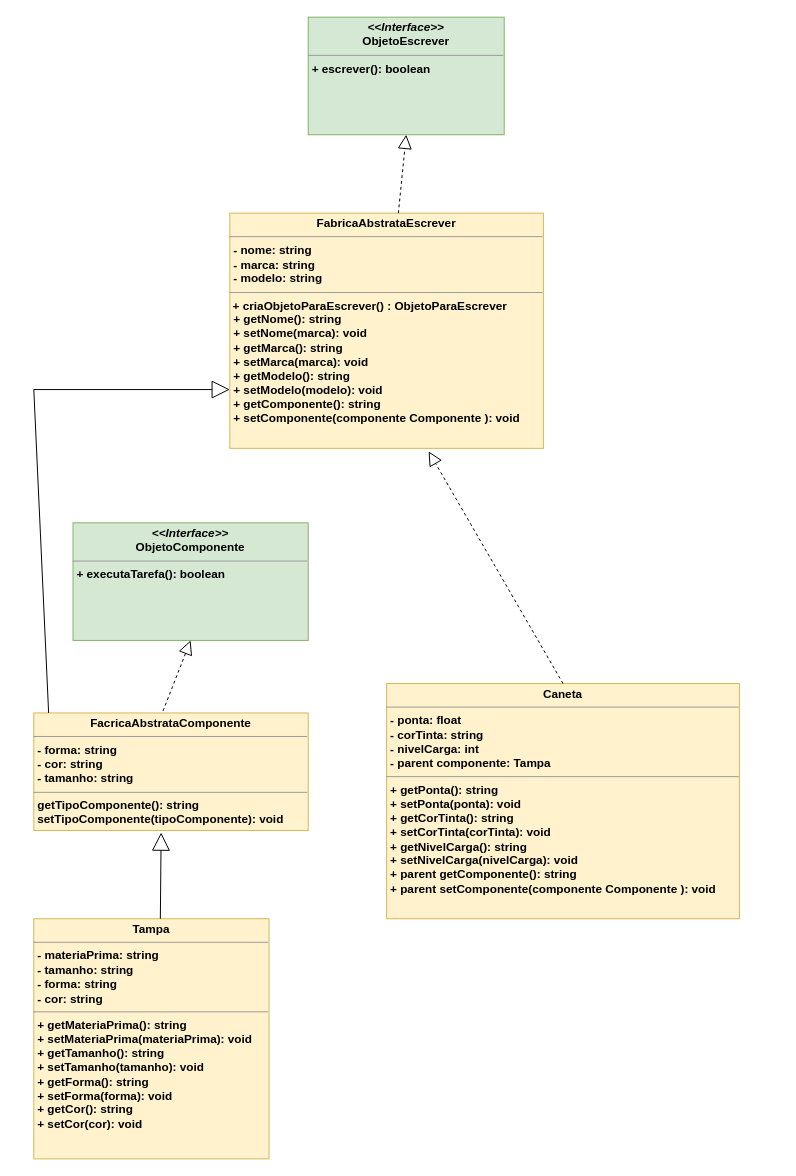
grimario-andre/Exercicios keeps this draw.io diagram as Caneta/uml-pen.drawio-3.drawio. Above is the earlier version. Source tidied: cells renumbered, new cells numbered last; positions are measured from the earlier drawing's top-left corner, leaving out a move shared by most shapes. Both pictures are drawn from the tidied source at 98%, with x=0, y=0 at pixel (33, 17).
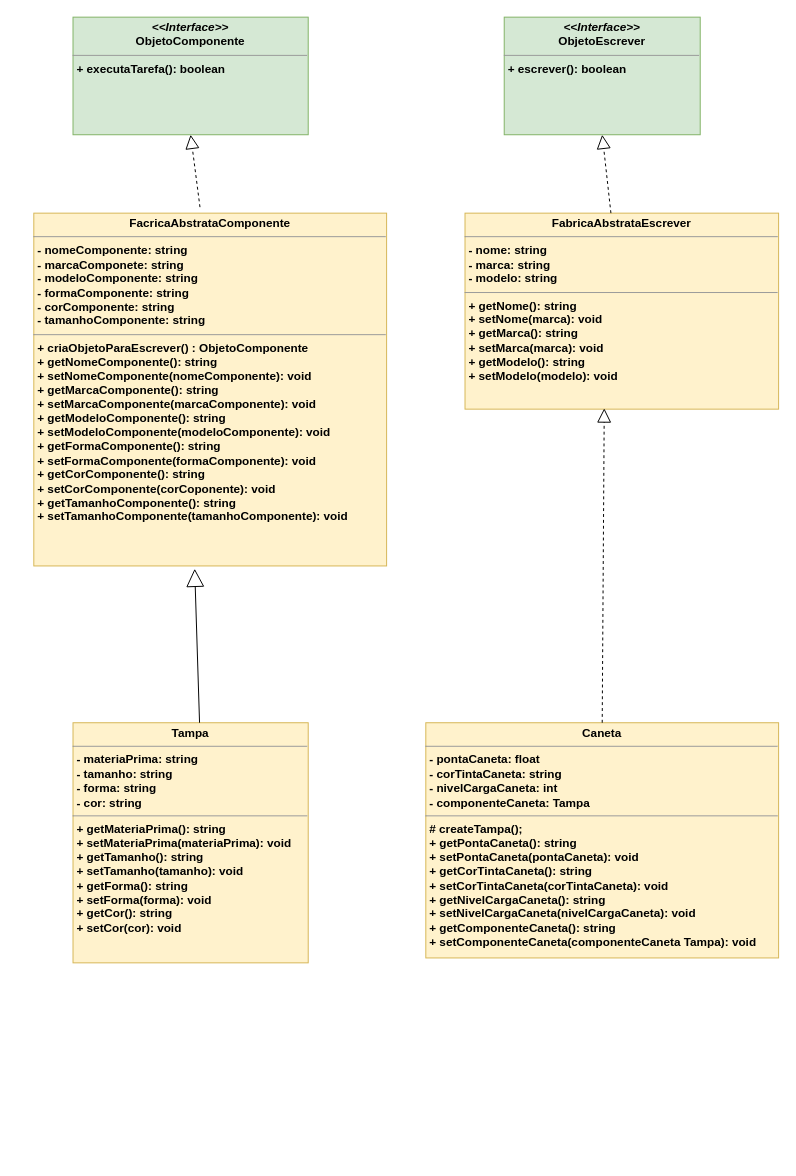
The same page after the edit.

Commit message:
uml-pen-dreawnio-3.0.1

The edit, as a diff of the source:
```diff
@@
 <mxGraphModel>
   <root>
     <mxCell id="0" />
     <mxCell id="1" parent="0" />
     <mxCell id="2" value="&lt;p style=&quot;margin:0px;margin-top:4px;text-align:center;&quot;&gt;&lt;b&gt;&lt;i&gt;&amp;lt;&amp;lt;Interface&amp;gt;&amp;gt;&lt;/i&gt;&lt;br&gt;ObjetoEscrever&lt;/b&gt;&lt;/p&gt;&lt;hr size=&quot;1&quot;&gt;&lt;p style=&quot;margin:0px;margin-left:4px;&quot;&gt;&lt;b&gt;+ escrever(): boolean&lt;br&gt;&lt;br&gt;&lt;/b&gt;&lt;/p&gt;" style="verticalAlign=top;align=left;overflow=fill;fontSize=12;fontFamily=Helvetica;html=1;whiteSpace=wrap;fillColor=#d5e8d4;strokeColor=#82b366;" parent="1" vertex="1">
-      <mxGeometry x="280" width="200" height="120" as="geometry" />
+      <mxGeometry x="480" width="200" height="120" as="geometry" />
     </mxCell>
-    <mxCell id="3" value="&lt;p style=&quot;margin:0px;margin-top:4px;text-align:center;&quot;&gt;&lt;b&gt;FabricaAbstrataEscrever&lt;/b&gt;&lt;/p&gt;&lt;hr size=&quot;1&quot;&gt;&lt;p style=&quot;border-color: var(--border-color); margin: 0px 0px 0px 4px;&quot;&gt;&lt;b style=&quot;background-color: initial;&quot;&gt;- nome: string&lt;/b&gt;&lt;/p&gt;&lt;p style=&quot;border-color: var(--border-color); margin: 0px 0px 0px 4px;&quot;&gt;&lt;b style=&quot;background-color: initial;&quot;&gt;- marca: string&lt;/b&gt;&lt;br&gt;&lt;/p&gt;&lt;p style=&quot;border-color: var(--border-color); margin: 0px 0px 0px 4px;&quot;&gt;&lt;b style=&quot;background-color: initial;&quot;&gt;- modelo: string&lt;/b&gt;&lt;/p&gt;&lt;hr size=&quot;1&quot;&gt;&amp;nbsp;&lt;b&gt;+ criaObjetoParaEscrever() : ObjetoParaEscrever&lt;/b&gt;&amp;nbsp;&lt;br&gt;&lt;p style=&quot;border-color: var(--border-color); margin: 0px 0px 0px 4px;&quot;&gt;&lt;b style=&quot;border-color: var(--border-color); background-color: initial;&quot;&gt;+ getNome(): string&lt;/b&gt;&lt;br style=&quot;border-color: var(--border-color);&quot;&gt;&lt;/p&gt;&lt;p style=&quot;border-color: var(--border-color); margin: 0px 0px 0px 4px;&quot;&gt;&lt;b style=&quot;border-color: var(--border-color);&quot;&gt;+ setNome(marca): void&lt;/b&gt;&lt;/p&gt;&lt;p style=&quot;margin:0px;margin-left:4px;&quot;&gt;&lt;b style=&quot;background-color: initial;&quot;&gt;+ getMarca(): string&lt;/b&gt;&lt;br&gt;&lt;/p&gt;&lt;p style=&quot;margin:0px;margin-left:4px;&quot;&gt;&lt;b&gt;+ setMarca(marca): void&lt;/b&gt;&lt;/p&gt;&lt;p style=&quot;border-color: var(--border-color); margin: 0px 0px 0px 4px;&quot;&gt;&lt;b&gt;+ getModelo(): string&lt;/b&gt;&lt;/p&gt;&lt;p style=&quot;border-color: var(--border-color); margin: 0px 0px 0px 4px;&quot;&gt;&lt;b&gt;+ setModelo(modelo): void&lt;/b&gt;&lt;/p&gt;&lt;p style=&quot;border-color: var(--border-color); margin: 0px 0px 0px 4px;&quot;&gt;&lt;b style=&quot;background-color: initial;&quot;&gt;+ getComponente(): string&lt;/b&gt;&lt;br&gt;&lt;/p&gt;&lt;p style=&quot;border-color: var(--border-color); margin: 0px 0px 0px 4px;&quot;&gt;&lt;b&gt;+ setComponente(componente Componente&amp;nbsp;&lt;/b&gt;&lt;b style=&quot;background-color: initial;&quot;&gt;): void&lt;/b&gt;&lt;/p&gt;&lt;p style=&quot;border-color: var(--border-color); margin: 0px 0px 0px 4px;&quot;&gt;&lt;b&gt;&lt;br style=&quot;border-color: var(--border-color);&quot;&gt;&lt;/b&gt;&lt;/p&gt;&lt;p style=&quot;border-color: var(--border-color); margin: 0px 0px 0px 4px;&quot;&gt;&lt;b&gt;&lt;br&gt;&lt;/b&gt;&lt;/p&gt;&lt;p style=&quot;border-color: var(--border-color); margin: 0px 0px 0px 4px;&quot;&gt;&lt;b&gt;&lt;br&gt;&lt;/b&gt;&lt;/p&gt;&lt;p style=&quot;border-color: var(--border-color); margin: 0px 0px 0px 4px;&quot;&gt;&lt;b&gt;&lt;br style=&quot;border-color: var(--border-color);&quot;&gt;&lt;/b&gt;&lt;/p&gt;&lt;p style=&quot;border-color: var(--border-color); margin: 0px 0px 0px 4px;&quot;&gt;&lt;br style=&quot;border-color: var(--border-color);&quot;&gt;&lt;/p&gt;" style="verticalAlign=top;align=left;overflow=fill;fontSize=12;fontFamily=Helvetica;html=1;whiteSpace=wrap;fillColor=#fff2cc;strokeColor=#d6b656;" parent="1" vertex="1">
-      <mxGeometry x="200" y="200" width="320" height="240" as="geometry" />
+    <mxCell id="3" value="&lt;p style=&quot;margin:0px;margin-top:4px;text-align:center;&quot;&gt;&lt;b&gt;FabricaAbstrataEscrever&lt;/b&gt;&lt;/p&gt;&lt;hr size=&quot;1&quot;&gt;&lt;p style=&quot;border-color: var(--border-color); margin: 0px 0px 0px 4px;&quot;&gt;&lt;b style=&quot;background-color: initial;&quot;&gt;- nome: string&lt;/b&gt;&lt;/p&gt;&lt;p style=&quot;border-color: var(--border-color); margin: 0px 0px 0px 4px;&quot;&gt;&lt;b style=&quot;background-color: initial;&quot;&gt;- marca: string&lt;/b&gt;&lt;br&gt;&lt;/p&gt;&lt;p style=&quot;border-color: var(--border-color); margin: 0px 0px 0px 4px;&quot;&gt;&lt;b style=&quot;background-color: initial;&quot;&gt;- modelo: string&lt;/b&gt;&lt;/p&gt;&lt;hr size=&quot;1&quot;&gt;&lt;p style=&quot;border-color: var(--border-color); margin: 0px 0px 0px 4px;&quot;&gt;&lt;b style=&quot;border-color: var(--border-color); background-color: initial;&quot;&gt;+ getNome(): string&lt;/b&gt;&lt;br style=&quot;border-color: var(--border-color);&quot;&gt;&lt;/p&gt;&lt;p style=&quot;border-color: var(--border-color); margin: 0px 0px 0px 4px;&quot;&gt;&lt;b style=&quot;border-color: var(--border-color);&quot;&gt;+ setNome(marca): void&lt;/b&gt;&lt;/p&gt;&lt;p style=&quot;margin:0px;margin-left:4px;&quot;&gt;&lt;b style=&quot;background-color: initial;&quot;&gt;+ getMarca(): string&lt;/b&gt;&lt;br&gt;&lt;/p&gt;&lt;p style=&quot;margin:0px;margin-left:4px;&quot;&gt;&lt;b&gt;+ setMarca(marca): void&lt;/b&gt;&lt;/p&gt;&lt;p style=&quot;border-color: var(--border-color); margin: 0px 0px 0px 4px;&quot;&gt;&lt;b&gt;+ getModelo(): string&lt;/b&gt;&lt;/p&gt;&lt;p style=&quot;border-color: var(--border-color); margin: 0px 0px 0px 4px;&quot;&gt;&lt;b&gt;+ setModelo(modelo): void&lt;/b&gt;&lt;/p&gt;&lt;p style=&quot;border-color: var(--border-color); margin: 0px 0px 0px 4px;&quot;&gt;&lt;br&gt;&lt;/p&gt;&lt;p style=&quot;border-color: var(--border-color); margin: 0px 0px 0px 4px;&quot;&gt;&lt;b&gt;&lt;br style=&quot;border-color: var(--border-color);&quot;&gt;&lt;/b&gt;&lt;/p&gt;&lt;p style=&quot;border-color: var(--border-color); margin: 0px 0px 0px 4px;&quot;&gt;&lt;b&gt;&lt;br&gt;&lt;/b&gt;&lt;/p&gt;&lt;p style=&quot;border-color: var(--border-color); margin: 0px 0px 0px 4px;&quot;&gt;&lt;b&gt;&lt;br&gt;&lt;/b&gt;&lt;/p&gt;&lt;p style=&quot;border-color: var(--border-color); margin: 0px 0px 0px 4px;&quot;&gt;&lt;b&gt;&lt;br style=&quot;border-color: var(--border-color);&quot;&gt;&lt;/b&gt;&lt;/p&gt;&lt;p style=&quot;border-color: var(--border-color); margin: 0px 0px 0px 4px;&quot;&gt;&lt;br style=&quot;border-color: var(--border-color);&quot;&gt;&lt;/p&gt;" style="verticalAlign=top;align=left;overflow=fill;fontSize=12;fontFamily=Helvetica;html=1;whiteSpace=wrap;fillColor=#fff2cc;strokeColor=#d6b656;" parent="1" vertex="1">
+      <mxGeometry x="440" y="200" width="320" height="200" as="geometry" />
     </mxCell>
     <mxCell id="4" style="endArrow=block;dashed=1;endFill=0;endSize=12;html=1;rounded=0;entryX=0.5;entryY=1;entryDx=0;entryDy=0;" parent="1" edge="1" source="3" target="2">
       <mxGeometry relative="1" as="geometry" />
     </mxCell>
-    <mxCell id="5" value="&lt;p style=&quot;margin:0px;margin-top:4px;text-align:center;&quot;&gt;&lt;b&gt;Caneta&lt;/b&gt;&lt;/p&gt;&lt;hr size=&quot;1&quot;&gt;&lt;p style=&quot;border-color: var(--border-color); margin: 0px 0px 0px 4px;&quot;&gt;&lt;b&gt;- ponta: float&lt;/b&gt;&lt;/p&gt;&lt;p style=&quot;border-color: var(--border-color); margin: 0px 0px 0px 4px;&quot;&gt;&lt;b&gt;- corTinta: string&lt;/b&gt;&lt;/p&gt;&lt;p style=&quot;border-color: var(--border-color); margin: 0px 0px 0px 4px;&quot;&gt;&lt;b&gt;- nivelCarga: int&lt;/b&gt;&lt;/p&gt;&lt;p style=&quot;border-color: var(--border-color); margin: 0px 0px 0px 4px;&quot;&gt;&lt;b&gt;- parent componente: Tampa&lt;/b&gt;&lt;/p&gt;&lt;hr size=&quot;1&quot;&gt;&lt;p style=&quot;margin:0px;margin-left:4px;&quot;&gt;&lt;b style=&quot;background-color: initial;&quot;&gt;+ getPonta(): string&lt;/b&gt;&lt;br&gt;&lt;/p&gt;&lt;p style=&quot;margin:0px;margin-left:4px;&quot;&gt;&lt;b&gt;+ setPonta(ponta): void&lt;/b&gt;&lt;/p&gt;&lt;p style=&quot;border-color: var(--border-color); margin: 0px 0px 0px 4px;&quot;&gt;&lt;b&gt;+ getCorTinta(): string&lt;/b&gt;&lt;/p&gt;&lt;p style=&quot;border-color: var(--border-color); margin: 0px 0px 0px 4px;&quot;&gt;&lt;b&gt;+ setCorTinta(corTinta): void&lt;/b&gt;&lt;/p&gt;&lt;p style=&quot;border-color: var(--border-color); margin: 0px 0px 0px 4px;&quot;&gt;&lt;b&gt;+ getNivelCarga(): string&lt;/b&gt;&lt;/p&gt;&lt;p style=&quot;border-color: var(--border-color); margin: 0px 0px 0px 4px;&quot;&gt;&lt;b&gt;+ setNivelCarga(nivelCarga): void&lt;/b&gt;&lt;/p&gt;&lt;p style=&quot;border-color: var(--border-color); margin: 0px 0px 0px 4px;&quot;&gt;&lt;b&gt;+ parent getComponente(): string&lt;/b&gt;&lt;/p&gt;&lt;p style=&quot;border-color: var(--border-color); margin: 0px 0px 0px 4px;&quot;&gt;&lt;b&gt;+ parent setComponente(componente Componente&amp;nbsp;&lt;/b&gt;&lt;b style=&quot;background-color: initial;&quot;&gt;): void&lt;/b&gt;&lt;/p&gt;&lt;p style=&quot;border-color: var(--border-color); margin: 0px 0px 0px 4px;&quot;&gt;&lt;b&gt;&lt;br style=&quot;border-color: var(--border-color);&quot;&gt;&lt;/b&gt;&lt;/p&gt;&lt;p style=&quot;border-color: var(--border-color); margin: 0px 0px 0px 4px;&quot;&gt;&lt;b&gt;&lt;br&gt;&lt;/b&gt;&lt;/p&gt;&lt;p style=&quot;border-color: var(--border-color); margin: 0px 0px 0px 4px;&quot;&gt;&lt;b&gt;&lt;br&gt;&lt;/b&gt;&lt;/p&gt;&lt;p style=&quot;border-color: var(--border-color); margin: 0px 0px 0px 4px;&quot;&gt;&lt;b&gt;&lt;br style=&quot;border-color: var(--border-color);&quot;&gt;&lt;/b&gt;&lt;/p&gt;&lt;p style=&quot;border-color: var(--border-color); margin: 0px 0px 0px 4px;&quot;&gt;&lt;br style=&quot;border-color: var(--border-color);&quot;&gt;&lt;/p&gt;" style="verticalAlign=top;align=left;overflow=fill;fontSize=12;fontFamily=Helvetica;html=1;whiteSpace=wrap;fillColor=#fff2cc;strokeColor=#d6b656;" parent="1" vertex="1">
-      <mxGeometry x="360" y="680" width="360" height="240" as="geometry" />
+    <mxCell id="5" value="&lt;p style=&quot;margin:0px;margin-top:4px;text-align:center;&quot;&gt;&lt;b&gt;Caneta&lt;/b&gt;&lt;/p&gt;&lt;hr size=&quot;1&quot;&gt;&lt;p style=&quot;border-color: var(--border-color); margin: 0px 0px 0px 4px;&quot;&gt;&lt;b&gt;- pontaCaneta: float&lt;/b&gt;&lt;/p&gt;&lt;p style=&quot;border-color: var(--border-color); margin: 0px 0px 0px 4px;&quot;&gt;&lt;b&gt;- corTintaCaneta: string&lt;/b&gt;&lt;/p&gt;&lt;p style=&quot;border-color: var(--border-color); margin: 0px 0px 0px 4px;&quot;&gt;&lt;b&gt;- nivelCargaCaneta: int&lt;/b&gt;&lt;/p&gt;&lt;p style=&quot;border-color: var(--border-color); margin: 0px 0px 0px 4px;&quot;&gt;&lt;b&gt;- componenteCaneta: Tampa&lt;/b&gt;&lt;/p&gt;&lt;hr size=&quot;1&quot;&gt;&lt;p style=&quot;margin:0px;margin-left:4px;&quot;&gt;&lt;b style=&quot;background-color: initial;&quot;&gt;# createTampa();&lt;/b&gt;&lt;/p&gt;&lt;p style=&quot;margin:0px;margin-left:4px;&quot;&gt;&lt;b style=&quot;background-color: initial;&quot;&gt;+ getPontaCaneta(): string&lt;/b&gt;&lt;br&gt;&lt;/p&gt;&lt;p style=&quot;margin:0px;margin-left:4px;&quot;&gt;&lt;b&gt;+ setPontaCaneta(pontaCaneta): void&lt;/b&gt;&lt;/p&gt;&lt;p style=&quot;border-color: var(--border-color); margin: 0px 0px 0px 4px;&quot;&gt;&lt;b&gt;+ getCorTintaCaneta(): string&lt;/b&gt;&lt;/p&gt;&lt;p style=&quot;border-color: var(--border-color); margin: 0px 0px 0px 4px;&quot;&gt;&lt;b&gt;+ setCorTintaCaneta(corTintaCaneta): void&lt;/b&gt;&lt;/p&gt;&lt;p style=&quot;border-color: var(--border-color); margin: 0px 0px 0px 4px;&quot;&gt;&lt;b&gt;+ getNivelCargaCaneta(): string&lt;/b&gt;&lt;/p&gt;&lt;p style=&quot;border-color: var(--border-color); margin: 0px 0px 0px 4px;&quot;&gt;&lt;b&gt;+ setNivelCargaCaneta(nivelCargaCaneta): void&lt;/b&gt;&lt;/p&gt;&lt;p style=&quot;border-color: var(--border-color); margin: 0px 0px 0px 4px;&quot;&gt;&lt;b&gt;+ getComponenteCaneta(): string&lt;/b&gt;&lt;/p&gt;&lt;p style=&quot;border-color: var(--border-color); margin: 0px 0px 0px 4px;&quot;&gt;&lt;b&gt;+ setComponenteCaneta(componenteCaneta Tampa&lt;/b&gt;&lt;b style=&quot;background-color: initial;&quot;&gt;): void&lt;/b&gt;&lt;/p&gt;&lt;p style=&quot;border-color: var(--border-color); margin: 0px 0px 0px 4px;&quot;&gt;&lt;b&gt;&lt;br style=&quot;border-color: var(--border-color);&quot;&gt;&lt;/b&gt;&lt;/p&gt;&lt;p style=&quot;border-color: var(--border-color); margin: 0px 0px 0px 4px;&quot;&gt;&lt;b&gt;&lt;br&gt;&lt;/b&gt;&lt;/p&gt;&lt;p style=&quot;border-color: var(--border-color); margin: 0px 0px 0px 4px;&quot;&gt;&lt;b&gt;&lt;br&gt;&lt;/b&gt;&lt;/p&gt;&lt;p style=&quot;border-color: var(--border-color); margin: 0px 0px 0px 4px;&quot;&gt;&lt;b&gt;&lt;br style=&quot;border-color: var(--border-color);&quot;&gt;&lt;/b&gt;&lt;/p&gt;&lt;p style=&quot;border-color: var(--border-color); margin: 0px 0px 0px 4px;&quot;&gt;&lt;br style=&quot;border-color: var(--border-color);&quot;&gt;&lt;/p&gt;" style="verticalAlign=top;align=left;overflow=fill;fontSize=12;fontFamily=Helvetica;html=1;whiteSpace=wrap;fillColor=#fff2cc;strokeColor=#d6b656;" parent="1" vertex="1">
+      <mxGeometry x="400" y="720" width="360" height="240" as="geometry" />
     </mxCell>
-    <mxCell id="6" value="&lt;p style=&quot;margin:0px;margin-top:4px;text-align:center;&quot;&gt;&lt;b&gt;FacricaAbstrataComponente&lt;/b&gt;&lt;/p&gt;&lt;hr size=&quot;1&quot;&gt;&lt;p style=&quot;margin:0px;margin-left:4px;&quot;&gt;&lt;b&gt;- forma: string&lt;/b&gt;&lt;/p&gt;&lt;p style=&quot;margin:0px;margin-left:4px;&quot;&gt;&lt;b&gt;- cor: string&lt;/b&gt;&lt;/p&gt;&lt;p style=&quot;margin:0px;margin-left:4px;&quot;&gt;&lt;b&gt;- tamanho: string&lt;/b&gt;&lt;/p&gt;&lt;hr size=&quot;1&quot;&gt;&lt;p style=&quot;margin:0px;margin-left:4px;&quot;&gt;&lt;b&gt;getTipoComponente(): string&lt;/b&gt;&lt;/p&gt;&lt;p style=&quot;margin:0px;margin-left:4px;&quot;&gt;&lt;b&gt;setTipoComponente(tipoComponente): void&lt;/b&gt;&lt;/p&gt;" style="verticalAlign=top;align=left;overflow=fill;fontSize=12;fontFamily=Helvetica;html=1;whiteSpace=wrap;fillColor=#fff2cc;strokeColor=#d6b656;" parent="1" vertex="1">
-      <mxGeometry y="710" width="280" height="120" as="geometry" />
+    <mxCell id="6" value="&lt;p style=&quot;margin:0px;margin-top:4px;text-align:center;&quot;&gt;&lt;b&gt;FacricaAbstrataComponente&lt;/b&gt;&lt;/p&gt;&lt;hr size=&quot;1&quot;&gt;&lt;p style=&quot;border-color: var(--border-color); margin: 0px 0px 0px 4px;&quot;&gt;&lt;b style=&quot;border-color: var(--border-color); background-color: initial;&quot;&gt;- nomeComponente: string&lt;/b&gt;&lt;/p&gt;&lt;p style=&quot;border-color: var(--border-color); margin: 0px 0px 0px 4px;&quot;&gt;&lt;b style=&quot;border-color: var(--border-color); background-color: initial;&quot;&gt;- marcaComponete: string&lt;/b&gt;&lt;br style=&quot;border-color: var(--border-color);&quot;&gt;&lt;/p&gt;&lt;p style=&quot;border-color: var(--border-color); margin: 0px 0px 0px 4px;&quot;&gt;&lt;b style=&quot;border-color: var(--border-color); background-color: initial;&quot;&gt;- modeloComponente: string&lt;/b&gt;&lt;/p&gt;&lt;p style=&quot;margin:0px;margin-left:4px;&quot;&gt;&lt;b&gt;- formaComponente: string&lt;/b&gt;&lt;/p&gt;&lt;p style=&quot;margin:0px;margin-left:4px;&quot;&gt;&lt;b&gt;- corComponente: string&lt;/b&gt;&lt;/p&gt;&lt;p style=&quot;margin:0px;margin-left:4px;&quot;&gt;&lt;b&gt;- tamanhoComponente: string&lt;/b&gt;&lt;/p&gt;&lt;hr size=&quot;1&quot;&gt;&lt;p style=&quot;margin:0px;margin-left:4px;&quot;&gt;&lt;b style=&quot;border-color: var(--border-color);&quot;&gt;+ criaObjetoParaEscrever() : ObjetoComponente&lt;/b&gt;&lt;br style=&quot;border-color: var(--border-color);&quot;&gt;&lt;/p&gt;&lt;p style=&quot;border-color: var(--border-color); margin: 0px 0px 0px 4px;&quot;&gt;&lt;b style=&quot;border-color: var(--border-color); background-color: initial;&quot;&gt;+ getNomeComponente(): string&lt;/b&gt;&lt;br style=&quot;border-color: var(--border-color);&quot;&gt;&lt;/p&gt;&lt;p style=&quot;border-color: var(--border-color); margin: 0px 0px 0px 4px;&quot;&gt;&lt;b style=&quot;border-color: var(--border-color);&quot;&gt;+ setNomeComponente(nomeComponente&lt;/b&gt;&lt;b style=&quot;border-color: var(--border-color);&quot;&gt;): void&lt;/b&gt;&lt;/p&gt;&lt;p style=&quot;border-color: var(--border-color); margin: 0px 0px 0px 4px;&quot;&gt;&lt;b style=&quot;border-color: var(--border-color); background-color: initial;&quot;&gt;+ getMarcaComponente(): string&lt;/b&gt;&lt;br style=&quot;border-color: var(--border-color);&quot;&gt;&lt;/p&gt;&lt;p style=&quot;border-color: var(--border-color); margin: 0px 0px 0px 4px;&quot;&gt;&lt;b style=&quot;border-color: var(--border-color);&quot;&gt;+ setMarcaComponente(marcaComponente): void&lt;/b&gt;&lt;/p&gt;&lt;p style=&quot;border-color: var(--border-color); margin: 0px 0px 0px 4px;&quot;&gt;&lt;b style=&quot;border-color: var(--border-color);&quot;&gt;+ getModeloComponente(): string&lt;/b&gt;&lt;/p&gt;&lt;p style=&quot;border-color: var(--border-color); margin: 0px 0px 0px 4px;&quot;&gt;&lt;b style=&quot;border-color: var(--border-color);&quot;&gt;+ setModeloComponente(modeloComponente): void&lt;/b&gt;&lt;/p&gt;&lt;p style=&quot;border-color: var(--border-color); margin: 0px 0px 0px 4px;&quot;&gt;&lt;b style=&quot;border-color: var(--border-color);&quot;&gt;+ getFormaComponente(): string&lt;/b&gt;&lt;/p&gt;&lt;p style=&quot;border-color: var(--border-color); margin: 0px 0px 0px 4px;&quot;&gt;&lt;b style=&quot;border-color: var(--border-color);&quot;&gt;&lt;/b&gt;&lt;/p&gt;&lt;p style=&quot;border-color: var(--border-color); margin: 0px 0px 0px 4px;&quot;&gt;&lt;b style=&quot;border-color: var(--border-color);&quot;&gt;+ setFormaComponente(formaComponente): void&lt;/b&gt;&lt;/p&gt;&lt;p style=&quot;border-color: var(--border-color); margin: 0px 0px 0px 4px;&quot;&gt;&lt;b style=&quot;border-color: var(--border-color);&quot;&gt;+ getCorComponente(): string&lt;/b&gt;&lt;/p&gt;&lt;p style=&quot;border-color: var(--border-color); margin: 0px 0px 0px 4px;&quot;&gt;&lt;b style=&quot;border-color: var(--border-color);&quot;&gt;&lt;/b&gt;&lt;/p&gt;&lt;p style=&quot;border-color: var(--border-color); margin: 0px 0px 0px 4px;&quot;&gt;&lt;b style=&quot;background-color: initial; border-color: var(--border-color);&quot;&gt;+ setCorComponente(corCoponente): void&lt;/b&gt;&lt;br&gt;&lt;/p&gt;&lt;p style=&quot;border-color: var(--border-color); margin: 0px 0px 0px 4px;&quot;&gt;&lt;b style=&quot;border-color: var(--border-color);&quot;&gt;+ getTamanhoComponente(): string&lt;/b&gt;&lt;/p&gt;&lt;p style=&quot;border-color: var(--border-color); margin: 0px 0px 0px 4px;&quot;&gt;&lt;b style=&quot;background-color: initial; border-color: var(--border-color);&quot;&gt;&lt;/b&gt;&lt;/p&gt;&lt;p style=&quot;border-color: var(--border-color); margin: 0px 0px 0px 4px;&quot;&gt;&lt;b style=&quot;border-color: var(--border-color);&quot;&gt;+ setTamanhoComponente(tamanhoComponente): void&lt;/b&gt;&lt;/p&gt;&lt;p style=&quot;margin:0px;margin-left:4px;&quot;&gt;&lt;br&gt;&lt;/p&gt;" style="verticalAlign=top;align=left;overflow=fill;fontSize=12;fontFamily=Helvetica;html=1;whiteSpace=wrap;fillColor=#fff2cc;strokeColor=#d6b656;" parent="1" vertex="1">
+      <mxGeometry y="200" width="360" height="360" as="geometry" />
     </mxCell>
     <mxCell id="7" value="&lt;p style=&quot;margin:0px;margin-top:4px;text-align:center;&quot;&gt;&lt;b&gt;&lt;i&gt;&amp;lt;&amp;lt;Interface&amp;gt;&amp;gt;&lt;/i&gt;&lt;br&gt;ObjetoComponente&lt;/b&gt;&lt;/p&gt;&lt;hr size=&quot;1&quot;&gt;&lt;p style=&quot;margin:0px;margin-left:4px;&quot;&gt;&lt;b&gt;+ executaTarefa(): boolean&lt;br&gt;&lt;br&gt;&lt;/b&gt;&lt;/p&gt;" style="verticalAlign=top;align=left;overflow=fill;fontSize=12;fontFamily=Helvetica;html=1;whiteSpace=wrap;fillColor=#d5e8d4;strokeColor=#82b366;" parent="1" vertex="1">
-      <mxGeometry x="40" y="516" width="240" height="120" as="geometry" />
+      <mxGeometry x="40" width="240" height="120" as="geometry" />
     </mxCell>
-    <mxCell id="8" style="endArrow=block;endSize=16;endFill=0;html=1;rounded=0;entryX=0;entryY=0.75;entryDx=0;entryDy=0;exitX=0.054;exitY=0;exitDx=0;exitDy=0;exitPerimeter=0;" parent="1" edge="1" source="6" target="3">
-      <mxGeometry relative="1" as="geometry">
-        <Array as="points">
-          <mxPoint y="380" />
-        </Array>
-      </mxGeometry>
-    </mxCell>
     <mxCell id="9" style="endArrow=block;dashed=1;endFill=0;endSize=12;html=1;rounded=0;entryX=0.5;entryY=1;entryDx=0;entryDy=0;exitX=0.471;exitY=-0.017;exitDx=0;exitDy=0;exitPerimeter=0;" parent="1" edge="1" source="6" target="7">
       <mxGeometry relative="1" as="geometry" />
     </mxCell>
     <mxCell id="10" value="&lt;p style=&quot;margin:0px;margin-top:4px;text-align:center;&quot;&gt;&lt;b&gt;Tampa&lt;/b&gt;&lt;/p&gt;&lt;hr size=&quot;1&quot;&gt;&lt;p style=&quot;margin:0px;margin-left:4px;&quot;&gt;&lt;b&gt;- materiaPrima: string&lt;/b&gt;&lt;/p&gt;&lt;p style=&quot;margin:0px;margin-left:4px;&quot;&gt;&lt;b&gt;- tamanho: string&lt;/b&gt;&lt;/p&gt;&lt;p style=&quot;margin:0px;margin-left:4px;&quot;&gt;&lt;b&gt;- forma: string&lt;/b&gt;&lt;/p&gt;&lt;p style=&quot;margin:0px;margin-left:4px;&quot;&gt;&lt;b&gt;- cor: string&amp;nbsp;&lt;/b&gt;&lt;/p&gt;&lt;hr size=&quot;1&quot;&gt;&lt;p style=&quot;border-color: var(--border-color); margin: 0px 0px 0px 4px;&quot;&gt;&lt;b&gt;+ getMateriaPrima(): string&lt;/b&gt;&lt;/p&gt;&lt;p style=&quot;border-color: var(--border-color); margin: 0px 0px 0px 4px;&quot;&gt;&lt;b&gt;+ setMateriaPrima(materiaPrima): void&lt;/b&gt;&lt;/p&gt;&lt;p style=&quot;border-color: var(--border-color); margin: 0px 0px 0px 4px;&quot;&gt;&lt;b&gt;+ getTamanho(): string&lt;/b&gt;&lt;/p&gt;&lt;p style=&quot;border-color: var(--border-color); margin: 0px 0px 0px 4px;&quot;&gt;&lt;b&gt;+ setTamanho(tamanho): void&lt;/b&gt;&lt;/p&gt;&lt;p style=&quot;border-color: var(--border-color); margin: 0px 0px 0px 4px;&quot;&gt;&lt;b&gt;+ getForma(): string&lt;/b&gt;&lt;/p&gt;&lt;p style=&quot;border-color: var(--border-color); margin: 0px 0px 0px 4px;&quot;&gt;&lt;b&gt;+ setForma(forma): void&lt;/b&gt;&lt;/p&gt;&lt;p style=&quot;border-color: var(--border-color); margin: 0px 0px 0px 4px;&quot;&gt;&lt;b&gt;+ getCor(): string&lt;/b&gt;&lt;/p&gt;&lt;p style=&quot;border-color: var(--border-color); margin: 0px 0px 0px 4px;&quot;&gt;&lt;b&gt;+ setCor(cor): void&lt;/b&gt;&lt;/p&gt;" style="verticalAlign=top;align=left;overflow=fill;fontSize=12;fontFamily=Helvetica;html=1;whiteSpace=wrap;fillColor=#fff2cc;strokeColor=#d6b656;" parent="1" vertex="1">
-      <mxGeometry y="920" width="240" height="245" as="geometry" />
+      <mxGeometry x="40" y="720" width="240" height="245" as="geometry" />
     </mxCell>
-    <mxCell id="11" style="endArrow=block;endSize=16;endFill=0;html=1;rounded=0;entryX=0.464;entryY=1.017;entryDx=0;entryDy=0;entryPerimeter=0;exitX=0.538;exitY=0;exitDx=0;exitDy=0;exitPerimeter=0;" parent="1" edge="1" source="10" target="6">
+    <mxCell id="11" style="endArrow=block;endSize=16;endFill=0;html=1;rounded=0;entryX=0.456;entryY=1.008;entryDx=0;entryDy=0;entryPerimeter=0;exitX=0.538;exitY=0;exitDx=0;exitDy=0;exitPerimeter=0;" parent="1" edge="1" source="10" target="6">
       <mxGeometry relative="1" as="geometry" />
     </mxCell>
-    <mxCell id="12" style="endArrow=block;dashed=1;endFill=0;endSize=12;html=1;rounded=0;entryX=0.634;entryY=1.013;entryDx=0;entryDy=0;entryPerimeter=0;exitX=0.5;exitY=0;exitDx=0;exitDy=0;" parent="1" edge="1" source="5" target="3">
+    <mxCell id="12" style="endArrow=block;dashed=1;endFill=0;endSize=12;html=1;rounded=0;entryX=0.444;entryY=0.996;entryDx=0;entryDy=0;entryPerimeter=0;exitX=0.5;exitY=0;exitDx=0;exitDy=0;" parent="1" edge="1" source="5" target="3">
       <mxGeometry relative="1" as="geometry" />
     </mxCell>
   </root>
 </mxGraphModel>
```
